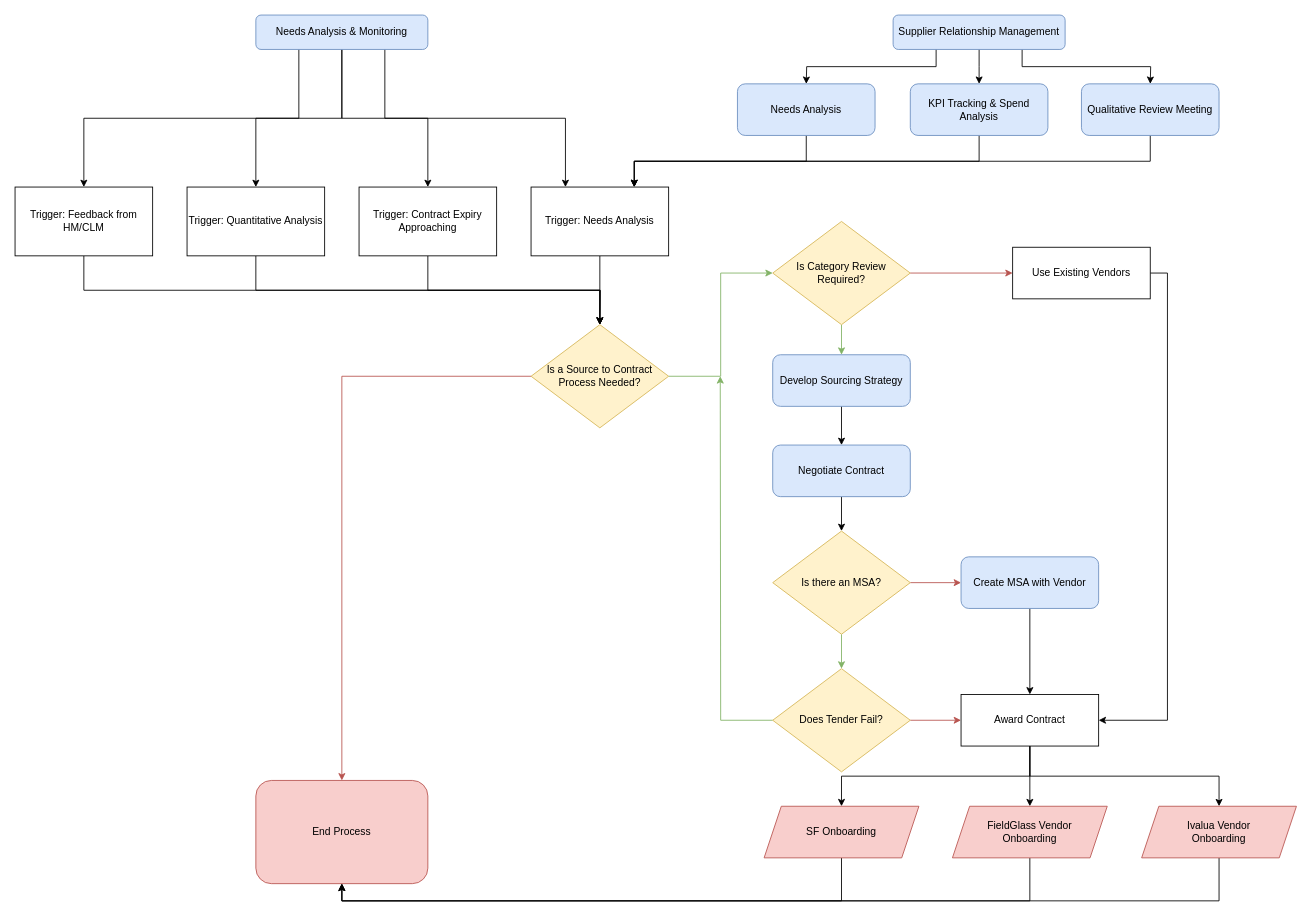
Dyo-Artist/Fortsecue keeps this draw.io diagram as Labour Hire Process.drawio. Above is the earlier version. Source tidied: cells renumbered, new cells numbered last; positions are measured from the earlier drawing's top-left corner, leaving out a move shared by most shapes. Both pictures are drawn from the tidied source at 86%, with x=0, y=0 at pixel (15, 15).
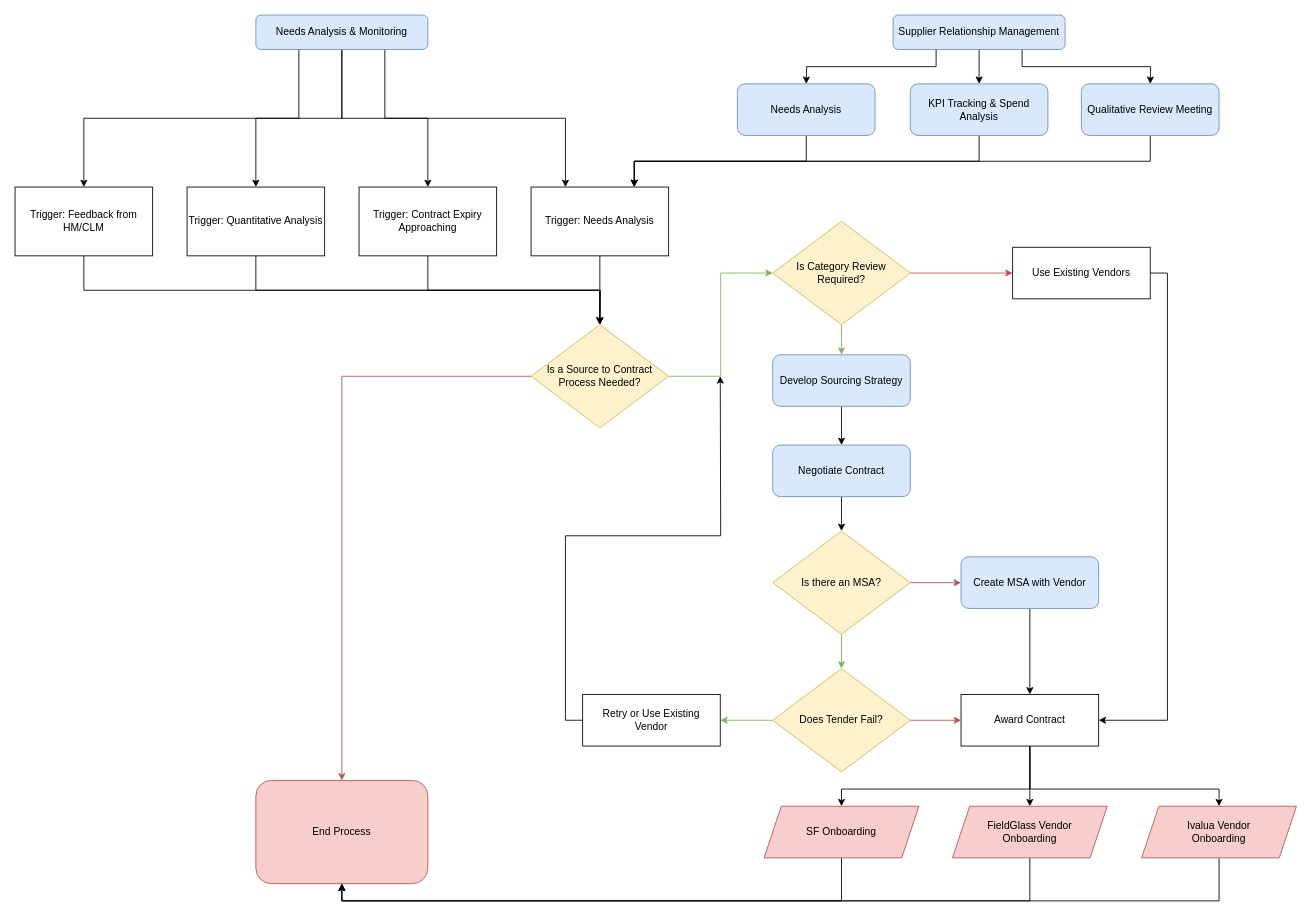
Above is the later version.

Unchanged cells that the change refers to:
```xml
<mxCell id="36" value="Does Tender Fail?" style="rhombus;whiteSpace=wrap;html=1;fillColor=#fff2cc;strokeColor=#d6b656;" parent="1" vertex="1">
  <mxGeometry x="881" y="760" width="160" height="120" as="geometry" />
</mxCell>
<mxCell id="49" value="Award Contract" style="rounded=0;whiteSpace=wrap;html=1;" parent="1" vertex="1">
  <mxGeometry x="1100" y="790" width="160" height="60" as="geometry" />
</mxCell>
<mxCell id="51" value="SF Onboarding" style="shape=parallelogram;perimeter=parallelogramPerimeter;whiteSpace=wrap;html=1;fixedSize=1;fillColor=#f8cecc;strokeColor=#b85450;" parent="1" vertex="1">
  <mxGeometry x="871" y="920" width="180" height="60" as="geometry" />
</mxCell>
<mxCell id="55" value="Ivalua Vendor&lt;br&gt;Onboarding" style="shape=parallelogram;perimeter=parallelogramPerimeter;whiteSpace=wrap;html=1;fixedSize=1;fillColor=#f8cecc;strokeColor=#b85450;" parent="1" vertex="1">
  <mxGeometry x="1310" y="920" width="180" height="60" as="geometry" />
</mxCell>
```

The edit, as a diff of the source:
```diff
@@
-    <mxCell id="35" style="edgeStyle=orthogonalEdgeStyle;rounded=0;jettySize=auto;html=1;exitX=0;exitY=0.5;exitDx=0;exitDy=0;fillColor=#d5e8d4;strokeColor=#82b366;" parent="1" edge="1" source="36">
-      <mxGeometry relative="1" as="geometry">
-        <mxPoint x="820" y="420" as="targetPoint" />
-      </mxGeometry>
-    </mxCell>
+    <mxCell id="56" style="edgeStyle=orthogonalEdgeStyle;rounded=0;jettySize=auto;html=1;exitX=0;exitY=0.5;exitDx=0;exitDy=0;entryX=1;entryY=0.5;entryDx=0;entryDy=0;fillColor=#d5e8d4;strokeColor=#82b366;" parent="1" edge="1" source="36" target="58">
+      <mxGeometry relative="1" as="geometry" />
+    </mxCell>
@@
     <mxCell id="46" style="edgeStyle=orthogonalEdgeStyle;rounded=0;jettySize=auto;html=1;exitX=0.5;exitY=1;exitDx=0;exitDy=0;entryX=0.5;entryY=0;entryDx=0;entryDy=0;" parent="1" edge="1" source="49" target="51">
-      <mxGeometry relative="1" as="geometry" />
+      <mxGeometry relative="1" as="geometry">
+        <Array as="points">
+          <mxPoint x="1180" y="900" />
+          <mxPoint x="961" y="900" />
+        </Array>
+      </mxGeometry>
     </mxCell>
@@
     <mxCell id="48" style="edgeStyle=orthogonalEdgeStyle;rounded=0;jettySize=auto;html=1;exitX=0.5;exitY=1;exitDx=0;exitDy=0;" parent="1" edge="1" source="49" target="55">
-      <mxGeometry relative="1" as="geometry" />
+      <mxGeometry relative="1" as="geometry">
+        <Array as="points">
+          <mxPoint x="1180" y="900" />
+          <mxPoint x="1400" y="900" />
+        </Array>
+      </mxGeometry>
     </mxCell>
@@
+    <mxCell id="57" style="edgeStyle=orthogonalEdgeStyle;rounded=0;jettySize=auto;html=1;exitX=0;exitY=0.5;exitDx=0;exitDy=0;" parent="1" edge="1" source="58">
+      <mxGeometry relative="1" as="geometry">
+        <mxPoint x="820" y="420" as="targetPoint" />
+      </mxGeometry>
+    </mxCell>
+    <mxCell id="58" value="Retry or Use Existing&lt;br&gt;Vendor" style="rounded=0;whiteSpace=wrap;html=1;" parent="1" vertex="1">
+      <mxGeometry x="660" y="790" width="160" height="60" as="geometry" />
+    </mxCell>
```
